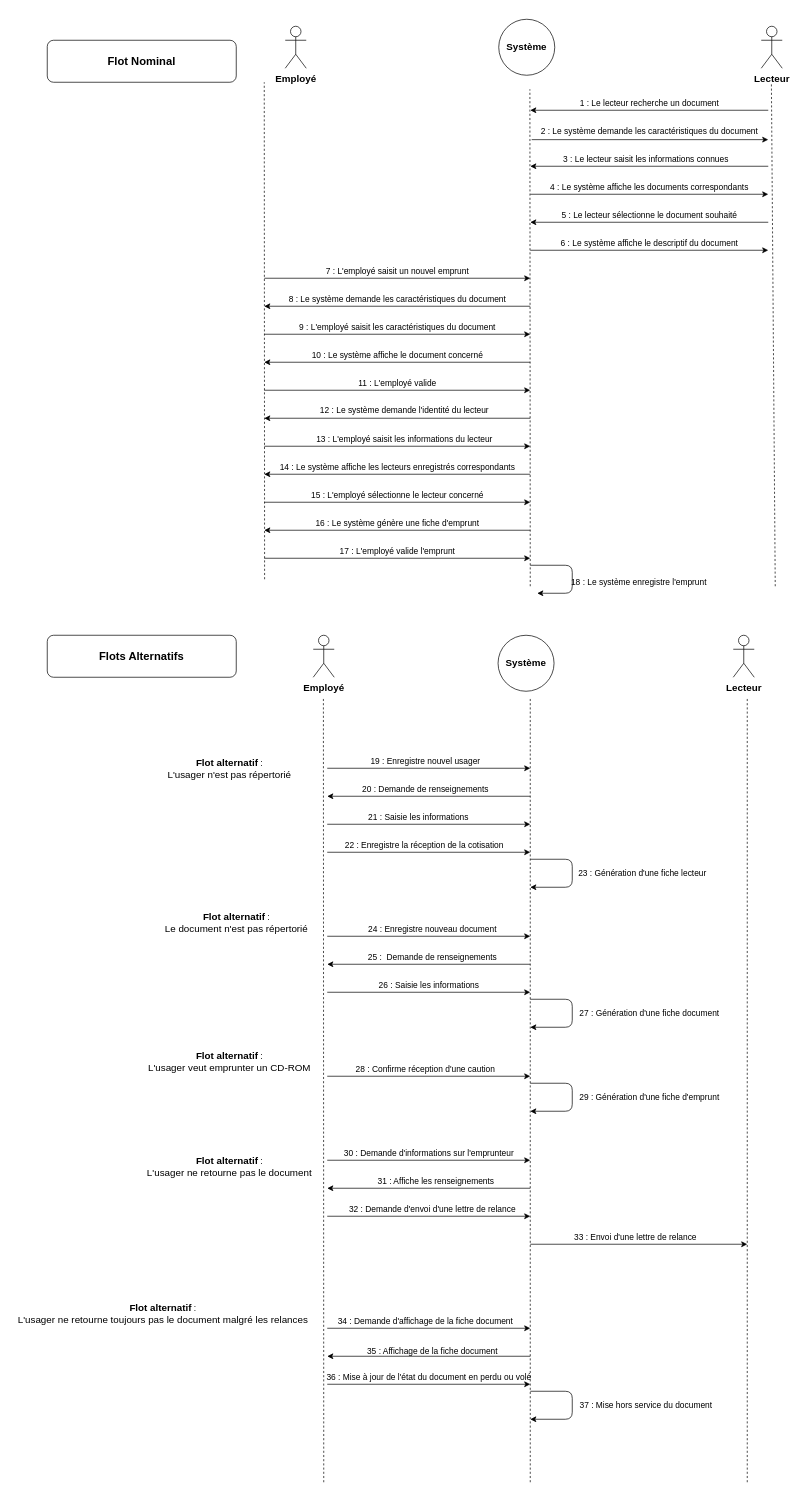
The draw.io diagram Développer des composants d'interface/Maquetter une application/UML Partie 1/Phase 3 - Diagramme de séquence système/diagramme_de_sequence_systeme.drawio in BaltoClem/Travaux_CDA, before the edit. Source tidied: cells renumbered, new cells numbered last; positions are measured from the earlier drawing's top-left corner, leaving out a move shared by most shapes. Both pictures are drawn from the tidied source at 70%, with x=0, y=0 at pixel (12, 19).
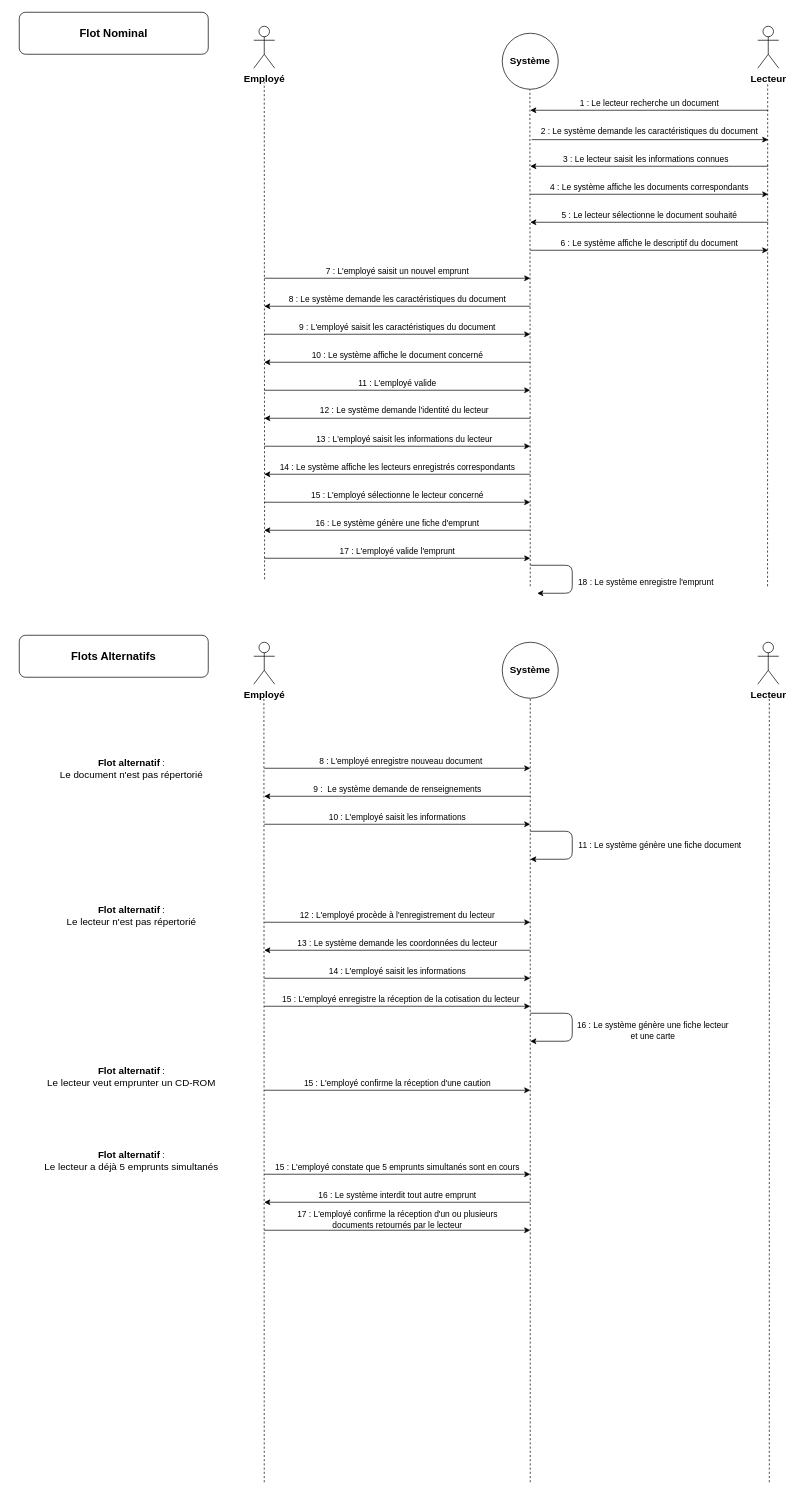
The same page after the edit.

What changed in the source:
```diff
@@
     <mxCell id="4" value="&lt;font style=&quot;font-size: 14px&quot;&gt;&lt;b&gt;Employé&lt;/b&gt;&lt;/font&gt;" style="shape=umlActor;verticalLabelPosition=bottom;verticalAlign=top;html=1;" parent="1" vertex="1">
-      <mxGeometry x="390" y="10" width="30" height="60" as="geometry" />
+      <mxGeometry x="345" y="10" width="30" height="60" as="geometry" />
     </mxCell>
     <mxCell id="5" style="endArrow=none;dashed=1;html=1;" parent="1" edge="1">
       <mxGeometry relative="1" as="geometry">
-        <mxPoint x="1090" y="810" as="sourcePoint" />
-        <mxPoint x="1084.5" y="90" as="targetPoint" />
+        <mxPoint x="1079" y="810" as="sourcePoint" />
+        <mxPoint x="1079.2" y="90" as="targetPoint" />
       </mxGeometry>
     </mxCell>
     <mxCell id="6" value="&lt;font style=&quot;font-size: 14px&quot;&gt;&lt;b&gt;Lecteur&lt;/b&gt;&lt;/font&gt;" style="shape=umlActor;verticalLabelPosition=bottom;verticalAlign=top;html=1;" parent="1" vertex="1">
-      <mxGeometry x="1070" y="10" width="30" height="60" as="geometry" />
+      <mxGeometry x="1065" y="10" width="30" height="60" as="geometry" />
     </mxCell>
@@
     <mxCell id="39" value="18 : Le système enregistre l'emprunt&lt;br&gt;" style="text;html=1;align=center;verticalAlign=middle;" parent="1" vertex="1">
-      <mxGeometry x="790" y="795" width="210" height="20" as="geometry" />
+      <mxGeometry x="800" y="795" width="210" height="20" as="geometry" />
     </mxCell>
     <mxCell id="40" value="&lt;font style=&quot;font-size: 16px&quot;&gt;&lt;b&gt;Flot Nominal&lt;/b&gt;&lt;/font&gt;" style="rounded=1;whiteSpace=wrap;html=1;" parent="1" vertex="1">
-      <mxGeometry x="50" y="30" width="270" height="60" as="geometry" />
+      <mxGeometry x="10" y="-10" width="270" height="60" as="geometry" />
     </mxCell>
@@
-    <mxCell id="43" value="&lt;font style=&quot;font-size: 14px&quot;&gt;&lt;b&gt;Flot alternatif&lt;/b&gt;&lt;/font&gt; :&lt;br&gt;&lt;font style=&quot;font-size: 14px&quot;&gt;L'usager n'est pas répertorié&lt;/font&gt;" style="text;html=1;align=center;verticalAlign=middle;" parent="1" vertex="1">
-      <mxGeometry x="215" y="1050" width="190" height="40" as="geometry" />
+    <mxCell id="43" value="&lt;font style=&quot;font-size: 14px&quot;&gt;&lt;b&gt;Flot alternatif&lt;/b&gt;&lt;/font&gt; :&lt;br&gt;&lt;font style=&quot;font-size: 14px&quot;&gt;Le lecteur n'est pas répertorié&lt;/font&gt;" style="text;html=1;align=center;verticalAlign=middle;" parent="1" vertex="1">
+      <mxGeometry x="70" y="1260" width="200" height="40" as="geometry" />
     </mxCell>
     <mxCell id="44" style="endArrow=classic;html=1;" parent="1" edge="1">
       <mxGeometry relative="1" as="geometry">
-        <mxPoint x="450" y="1070" as="sourcePoint" />
+        <mxPoint x="360" y="1070" as="sourcePoint" />
         <mxPoint x="740" y="1070" as="targetPoint" />
       </mxGeometry>
     </mxCell>
-    <mxCell id="45" value="19 : Enregistre nouvel usager" style="text;html=1;align=center;verticalAlign=middle;" parent="1" vertex="1">
-      <mxGeometry x="505" y="1050" width="170" height="20" as="geometry" />
+    <mxCell id="45" value="12 : L'employé procède à l'enregistrement du lecteur" style="text;html=1;align=center;verticalAlign=middle;" parent="1" vertex="1">
+      <mxGeometry x="405" y="1270" width="290" height="20" as="geometry" />
     </mxCell>
     <mxCell id="46" style="endArrow=classic;html=1;" parent="1" edge="1">
       <mxGeometry relative="1" as="geometry">
         <mxPoint x="740" y="1110" as="sourcePoint" />
-        <mxPoint x="450" y="1110" as="targetPoint" />
+        <mxPoint x="360" y="1110" as="targetPoint" />
       </mxGeometry>
     </mxCell>
-    <mxCell id="47" value="20 : Demande de renseignements" style="text;html=1;align=center;verticalAlign=middle;" parent="1" vertex="1">
-      <mxGeometry x="490" y="1090" width="200" height="20" as="geometry" />
+    <mxCell id="47" value="13 : Le système demande les coordonnées du lecteur" style="text;html=1;align=center;verticalAlign=middle;" parent="1" vertex="1">
+      <mxGeometry x="400" y="1310" width="300" height="20" as="geometry" />
     </mxCell>
     <mxCell id="48" style="endArrow=classic;html=1;" parent="1" edge="1">
       <mxGeometry relative="1" as="geometry">
-        <mxPoint x="450" y="1150" as="sourcePoint" />
+        <mxPoint x="360" y="1150" as="sourcePoint" />
         <mxPoint x="740" y="1150" as="targetPoint" />
       </mxGeometry>
     </mxCell>
-    <mxCell id="49" value="21 : Saisie les informations" style="text;html=1;align=center;verticalAlign=middle;" parent="1" vertex="1">
-      <mxGeometry x="500" y="1130" width="160" height="20" as="geometry" />
+    <mxCell id="49" value="14 : L'employé saisit les informations" style="text;html=1;align=center;verticalAlign=middle;" parent="1" vertex="1">
+      <mxGeometry x="445" y="1350" width="210" height="20" as="geometry" />
     </mxCell>
     <mxCell id="50" style="endArrow=classic;html=1;" parent="1" edge="1">
       <mxGeometry relative="1" as="geometry">
-        <mxPoint x="740" y="1200" as="sourcePoint" />
-        <mxPoint x="740" y="1240" as="targetPoint" />
+        <mxPoint x="740" y="1160" as="sourcePoint" />
+        <mxPoint x="740" y="1200" as="targetPoint" />
         <Array as="points">
+          <mxPoint x="800" y="1160" />
           <mxPoint x="800" y="1200" />
-          <mxPoint x="800" y="1240" />
         </Array>
       </mxGeometry>
     </mxCell>
-    <mxCell id="51" value="23 : Génération d'une fiche lecteur" style="text;html=1;align=center;verticalAlign=middle;" parent="1" vertex="1">
-      <mxGeometry x="800" y="1210" width="200" height="20" as="geometry" />
+    <mxCell id="51" value="11 : Le système génère une fiche document" style="text;html=1;align=center;verticalAlign=middle;" parent="1" vertex="1">
+      <mxGeometry x="800" y="1170" width="250" height="20" as="geometry" />
     </mxCell>
     <mxCell id="52" style="endArrow=classic;html=1;" parent="1" edge="1">
       <mxGeometry relative="1" as="geometry">
-        <mxPoint x="450" y="1190" as="sourcePoint" />
-        <mxPoint x="740" y="1190" as="targetPoint" />
+        <mxPoint x="360" y="1410" as="sourcePoint" />
+        <mxPoint x="740" y="1410" as="targetPoint" />
       </mxGeometry>
     </mxCell>
-    <mxCell id="53" value="22 : Enregistre la réception de la cotisation&amp;nbsp;" style="text;html=1;align=center;verticalAlign=middle;" parent="1" vertex="1">
-      <mxGeometry x="465" y="1170" width="250" height="20" as="geometry" />
+    <mxCell id="53" value="15 : L'employé enregistre la réception de la cotisation du lecteur" style="text;html=1;align=center;verticalAlign=middle;" parent="1" vertex="1">
+      <mxGeometry x="380" y="1390" width="350" height="20" as="geometry" />
     </mxCell>
     <mxCell id="54" value="&lt;font style=&quot;font-size: 14px&quot;&gt;&lt;b&gt;Flot alternatif&lt;/b&gt;&lt;/font&gt; :&lt;br&gt;&lt;font style=&quot;font-size: 14px&quot;&gt;Le document n'est pas répertorié&lt;/font&gt;" style="text;html=1;align=center;verticalAlign=middle;" parent="1" vertex="1">
-      <mxGeometry x="210" y="1270" width="220" height="40" as="geometry" />
+      <mxGeometry x="60" y="1050" width="220" height="40" as="geometry" />
     </mxCell>
     <mxCell id="55" style="endArrow=classic;html=1;" parent="1" edge="1">
       <mxGeometry relative="1" as="geometry">
-        <mxPoint x="450" y="1310" as="sourcePoint" />
-        <mxPoint x="740" y="1310" as="targetPoint" />
+        <mxPoint x="360" y="1290" as="sourcePoint" />
+        <mxPoint x="740" y="1290" as="targetPoint" />
       </mxGeometry>
     </mxCell>
-    <mxCell id="56" value="24 : Enregistre nouveau document" style="text;html=1;align=center;verticalAlign=middle;" parent="1" vertex="1">
-      <mxGeometry x="500" y="1290" width="200" height="20" as="geometry" />
+    <mxCell id="56" value="8 : L'employé enregistre nouveau document" style="text;html=1;align=center;verticalAlign=middle;" parent="1" vertex="1">
+      <mxGeometry x="430" y="1050" width="250" height="20" as="geometry" />
     </mxCell>
     <mxCell id="57" style="endArrow=classic;html=1;" parent="1" edge="1">
       <mxGeometry relative="1" as="geometry">
-        <mxPoint x="740" y="1350" as="sourcePoint" />
-        <mxPoint x="450" y="1350" as="targetPoint" />
+        <mxPoint x="740" y="1330" as="sourcePoint" />
+        <mxPoint x="360" y="1330" as="targetPoint" />
       </mxGeometry>
     </mxCell>
-    <mxCell id="58" value="25 :&amp;nbsp; Demande de renseignements" style="text;html=1;align=center;verticalAlign=middle;" parent="1" vertex="1">
-      <mxGeometry x="500" y="1330" width="200" height="20" as="geometry" />
+    <mxCell id="58" value="9 :&amp;nbsp; Le système demande de renseignements" style="text;html=1;align=center;verticalAlign=middle;" parent="1" vertex="1">
+      <mxGeometry x="420" y="1090" width="260" height="20" as="geometry" />
     </mxCell>
     <mxCell id="59" style="endArrow=classic;html=1;" parent="1" edge="1">
       <mxGeometry relative="1" as="geometry">
-        <mxPoint x="450" y="1390" as="sourcePoint" />
-        <mxPoint x="740" y="1390" as="targetPoint" />
+        <mxPoint x="360" y="1370" as="sourcePoint" />
+        <mxPoint x="740" y="1370" as="targetPoint" />
       </mxGeometry>
     </mxCell>
-    <mxCell id="60" value="26 : Saisie les informations" style="text;html=1;align=center;verticalAlign=middle;" parent="1" vertex="1">
-      <mxGeometry x="515" y="1370" width="160" height="20" as="geometry" />
+    <mxCell id="60" value="10 : L'employé saisit les informations" style="text;html=1;align=center;verticalAlign=middle;" parent="1" vertex="1">
+      <mxGeometry x="445" y="1130" width="210" height="20" as="geometry" />
     </mxCell>
     <mxCell id="61" style="endArrow=classic;html=1;" parent="1" edge="1">
       <mxGeometry relative="1" as="geometry">
-        <mxPoint x="740" y="1400" as="sourcePoint" />
-        <mxPoint x="740" y="1440" as="targetPoint" />
+        <mxPoint x="740" y="1420" as="sourcePoint" />
+        <mxPoint x="740" y="1460" as="targetPoint" />
         <Array as="points">
-          <mxPoint x="800" y="1400" />
-          <mxPoint x="800" y="1440" />
+          <mxPoint x="800" y="1420" />
+          <mxPoint x="800" y="1460" />
         </Array>
       </mxGeometry>
     </mxCell>
-    <mxCell id="62" value="27 : Génération d'une fiche document" style="text;html=1;align=center;verticalAlign=middle;" parent="1" vertex="1">
-      <mxGeometry x="800" y="1410" width="220" height="20" as="geometry" />
+    <mxCell id="62" value="16 : Le système génère une fiche lecteur &lt;br&gt;et une carte" style="text;html=1;align=center;verticalAlign=middle;" parent="1" vertex="1">
+      <mxGeometry x="800" y="1430" width="230" height="30" as="geometry" />
     </mxCell>
-    <mxCell id="63" value="&lt;font style=&quot;font-size: 14px&quot;&gt;&lt;b&gt;Flot alternatif&lt;/b&gt;&lt;/font&gt; :&lt;br&gt;&lt;font style=&quot;font-size: 14px&quot;&gt;L'usager veut emprunter un CD-ROM&lt;/font&gt;" style="text;html=1;align=center;verticalAlign=middle;" parent="1" vertex="1">
-      <mxGeometry x="185" y="1469" width="250" height="40" as="geometry" />
+    <mxCell id="63" value="&lt;font style=&quot;font-size: 14px&quot;&gt;&lt;b&gt;Flot alternatif&lt;/b&gt;&lt;/font&gt; :&lt;br&gt;&lt;font style=&quot;font-size: 14px&quot;&gt;Le lecteur veut emprunter un CD-ROM&lt;/font&gt;" style="text;html=1;align=center;verticalAlign=middle;" parent="1" vertex="1">
+      <mxGeometry x="40" y="1490" width="260" height="40" as="geometry" />
     </mxCell>
     <mxCell id="64" style="endArrow=classic;html=1;" parent="1" edge="1">
       <mxGeometry relative="1" as="geometry">
-        <mxPoint x="450" y="1510" as="sourcePoint" />
-        <mxPoint x="740" y="1510" as="targetPoint" />
+        <mxPoint x="360" y="1530" as="sourcePoint" />
+        <mxPoint x="740" y="1530" as="targetPoint" />
       </mxGeometry>
     </mxCell>
-    <mxCell id="65" value="28 : Confirme réception d'une caution" style="text;html=1;align=center;verticalAlign=middle;" parent="1" vertex="1">
-      <mxGeometry x="485" y="1490" width="210" height="20" as="geometry" />
+    <mxCell id="65" value="15 : L'employé confirme la réception d'une caution" style="text;html=1;align=center;verticalAlign=middle;" parent="1" vertex="1">
+      <mxGeometry x="410" y="1510" width="280" height="20" as="geometry" />
     </mxCell>
-    <mxCell id="66" style="endArrow=classic;html=1;" parent="1" edge="1">
-      <mxGeometry relative="1" as="geometry">
-        <mxPoint x="740" y="1520" as="sourcePoint" />
-        <mxPoint x="740" y="1560" as="targetPoint" />
-        <Array as="points">
-          <mxPoint x="800" y="1520" />
-          <mxPoint x="800" y="1560" />
-        </Array>
-      </mxGeometry>
-    </mxCell>
-    <mxCell id="67" value="29 : Génération d'une fiche d'emprunt" style="text;html=1;align=center;verticalAlign=middle;" parent="1" vertex="1">
-      <mxGeometry x="800" y="1530" width="220" height="20" as="geometry" />
-    </mxCell>
-    <mxCell id="68" value="&lt;font style=&quot;font-size: 14px&quot;&gt;&lt;b&gt;Flot alternatif&lt;/b&gt;&lt;/font&gt; :&lt;br&gt;&lt;font style=&quot;font-size: 14px&quot;&gt;L'usager ne retourne pas le document&lt;/font&gt;" style="text;html=1;align=center;verticalAlign=middle;" parent="1" vertex="1">
-      <mxGeometry x="185" y="1619" width="250" height="40" as="geometry" />
-    </mxCell>
-    <mxCell id="69" style="endArrow=classic;html=1;" parent="1" edge="1">
-      <mxGeometry relative="1" as="geometry">
-        <mxPoint x="450" y="1630" as="sourcePoint" />
-        <mxPoint x="740" y="1630" as="targetPoint" />
-      </mxGeometry>
-    </mxCell>
-    <mxCell id="70" value="30 : Demande d'informations sur l'emprunteur" style="text;html=1;align=center;verticalAlign=middle;" parent="1" vertex="1">
-      <mxGeometry x="465" y="1610" width="260" height="20" as="geometry" />
-    </mxCell>
-    <mxCell id="71" style="endArrow=classic;html=1;" parent="1" edge="1">
-      <mxGeometry relative="1" as="geometry">
-        <mxPoint x="740" y="1670" as="sourcePoint" />
-        <mxPoint x="450" y="1670" as="targetPoint" />
-      </mxGeometry>
-    </mxCell>
-    <mxCell id="72" value="31 : Affiche les renseignements" style="text;html=1;align=center;verticalAlign=middle;" parent="1" vertex="1">
-      <mxGeometry x="515" y="1650" width="180" height="20" as="geometry" />
-    </mxCell>
-    <mxCell id="73" style="endArrow=classic;html=1;" parent="1" edge="1">
-      <mxGeometry relative="1" as="geometry">
-        <mxPoint x="450" y="1710" as="sourcePoint" />
-        <mxPoint x="740" y="1710" as="targetPoint" />
-      </mxGeometry>
-    </mxCell>
-    <mxCell id="74" value="32 : Demande d'envoi d'une lettre de relance" style="text;html=1;align=center;verticalAlign=middle;" parent="1" vertex="1">
-      <mxGeometry x="475" y="1690" width="250" height="20" as="geometry" />
-    </mxCell>
-    <mxCell id="75" style="endArrow=classic;html=1;" parent="1" edge="1">
-      <mxGeometry relative="1" as="geometry">
-        <mxPoint x="740" y="1750" as="sourcePoint" />
-        <mxPoint x="1050" y="1750" as="targetPoint" />
-      </mxGeometry>
-    </mxCell>
-    <mxCell id="76" value="33 : Envoi d'une lettre de relance" style="text;html=1;align=center;verticalAlign=middle;" parent="1" vertex="1">
-      <mxGeometry x="795" y="1730" width="190" height="20" as="geometry" />
-    </mxCell>
-    <mxCell id="77" value="&lt;font style=&quot;font-size: 14px&quot;&gt;&lt;b&gt;Flot alternatif&lt;/b&gt;&lt;/font&gt; :&lt;br&gt;&lt;font style=&quot;font-size: 14px&quot;&gt;L'usager ne retourne toujours pas le document malgré les relances&lt;/font&gt;" style="text;html=1;align=center;verticalAlign=middle;" parent="1" vertex="1">
-      <mxGeometry y="1829" width="430" height="40" as="geometry" />
-    </mxCell>
-    <mxCell id="78" style="endArrow=classic;html=1;" parent="1" edge="1">
-      <mxGeometry relative="1" as="geometry">
-        <mxPoint x="450" y="1870" as="sourcePoint" />
-        <mxPoint x="740" y="1870" as="targetPoint" />
-      </mxGeometry>
-    </mxCell>
-    <mxCell id="79" value="34 : Demande d'affichage de la fiche document" style="text;html=1;align=center;verticalAlign=middle;" parent="1" vertex="1">
-      <mxGeometry x="455" y="1850" width="270" height="20" as="geometry" />
-    </mxCell>
-    <mxCell id="80" style="endArrow=classic;html=1;" parent="1" edge="1">
-      <mxGeometry relative="1" as="geometry">
-        <mxPoint x="740" y="1910" as="sourcePoint" />
-        <mxPoint x="450" y="1910" as="targetPoint" />
-      </mxGeometry>
-    </mxCell>
-    <mxCell id="81" value="35 : Affichage de la fiche document" style="text;html=1;align=center;verticalAlign=middle;" parent="1" vertex="1">
-      <mxGeometry x="500" y="1894" width="200" height="20" as="geometry" />
-    </mxCell>
-    <mxCell id="82" style="endArrow=classic;html=1;" parent="1" edge="1">
-      <mxGeometry relative="1" as="geometry">
-        <mxPoint x="450" y="1950" as="sourcePoint" />
-        <mxPoint x="740" y="1950" as="targetPoint" />
-      </mxGeometry>
-    </mxCell>
-    <mxCell id="83" value="36 : Mise à jour de l'état du document en perdu ou volé" style="text;html=1;align=center;verticalAlign=middle;" parent="1" vertex="1">
-      <mxGeometry x="440" y="1930" width="310" height="20" as="geometry" />
-    </mxCell>
-    <mxCell id="84" style="endArrow=classic;html=1;" parent="1" edge="1">
-      <mxGeometry relative="1" as="geometry">
-        <mxPoint x="740" y="1960" as="sourcePoint" />
-        <mxPoint x="740" y="2000" as="targetPoint" />
-        <Array as="points">
-          <mxPoint x="800" y="1960" />
-          <mxPoint x="800" y="2000" />
-        </Array>
-      </mxGeometry>
-    </mxCell>
-    <mxCell id="85" value="37 : Mise hors service du document" style="text;html=1;align=center;verticalAlign=middle;" parent="1" vertex="1">
-      <mxGeometry x="805" y="1970" width="200" height="20" as="geometry" />
-    </mxCell>
     <mxCell id="86" value="&lt;b&gt;&lt;font style=&quot;font-size: 14px&quot;&gt;Système&lt;/font&gt;&lt;/b&gt;" style="ellipse;whiteSpace=wrap;html=1;" parent="1" vertex="1">
-      <mxGeometry x="695" width="80" height="80" as="geometry" />
+      <mxGeometry x="700" y="20" width="80" height="80" as="geometry" />
     </mxCell>
     <mxCell id="87" value="&lt;font style=&quot;font-size: 14px&quot;&gt;&lt;b&gt;Employé&lt;/b&gt;&lt;/font&gt;" style="shape=umlActor;verticalLabelPosition=bottom;verticalAlign=top;html=1;" parent="1" vertex="1">
-      <mxGeometry x="430" y="880" width="30" height="60" as="geometry" />
+      <mxGeometry x="345" y="890" width="30" height="60" as="geometry" />
     </mxCell>
     <mxCell id="88" value="&lt;b&gt;&lt;font style=&quot;font-size: 14px&quot;&gt;Système&lt;/font&gt;&lt;/b&gt;" style="ellipse;whiteSpace=wrap;html=1;" parent="1" vertex="1">
-      <mxGeometry x="694" y="880" width="80" height="80" as="geometry" />
+      <mxGeometry x="700" y="890" width="80" height="80" as="geometry" />
     </mxCell>
     <mxCell id="89" value="&lt;font style=&quot;font-size: 14px&quot;&gt;&lt;b&gt;Lecteur&lt;/b&gt;&lt;/font&gt;" style="shape=umlActor;verticalLabelPosition=bottom;verticalAlign=top;html=1;" parent="1" vertex="1">
-      <mxGeometry x="1030" y="880" width="30" height="60" as="geometry" />
+      <mxGeometry x="1065" y="890" width="30" height="60" as="geometry" />
     </mxCell>
     <mxCell id="90" style="endArrow=none;dashed=1;html=1;" parent="1" edge="1">
       <mxGeometry relative="1" as="geometry">
-        <mxPoint x="445" y="2090" as="sourcePoint" />
-        <mxPoint x="444.5" y="970" as="targetPoint" />
+        <mxPoint x="360" y="2090" as="sourcePoint" />
+        <mxPoint x="359.5" y="970" as="targetPoint" />
       </mxGeometry>
     </mxCell>
@@
     <mxCell id="92" style="endArrow=none;dashed=1;html=1;" parent="1" edge="1">
       <mxGeometry relative="1" as="geometry">
-        <mxPoint x="1050" y="2090" as="sourcePoint" />
-        <mxPoint x="1050" y="970" as="targetPoint" />
+        <mxPoint x="1081.5" y="2090" as="sourcePoint" />
+        <mxPoint x="1081.5" y="970" as="targetPoint" />
       </mxGeometry>
     </mxCell>
     <mxCell id="93" value="&lt;font style=&quot;font-size: 16px&quot;&gt;&lt;b&gt;Flots Alternatifs&lt;/b&gt;&lt;/font&gt;" style="rounded=1;whiteSpace=wrap;html=1;" parent="1" vertex="1">
-      <mxGeometry x="50" y="880" width="270" height="60" as="geometry" />
+      <mxGeometry x="10" y="880" width="270" height="60" as="geometry" />
     </mxCell>
@@
+    <mxCell id="96" value="&lt;font style=&quot;font-size: 14px&quot;&gt;&lt;b&gt;Flot alternatif&lt;/b&gt;&lt;/font&gt; :&lt;br&gt;&lt;font style=&quot;font-size: 14px&quot;&gt;Le lecteur a déjà 5 emprunts simultanés&lt;/font&gt;" style="text;html=1;align=center;verticalAlign=middle;" parent="1" vertex="1">
+      <mxGeometry x="40" y="1610" width="260" height="40" as="geometry" />
+    </mxCell>
+    <mxCell id="97" style="endArrow=classic;html=1;" parent="1" edge="1">
+      <mxGeometry relative="1" as="geometry">
+        <mxPoint x="360" y="1650" as="sourcePoint" />
+        <mxPoint x="740" y="1650" as="targetPoint" />
+      </mxGeometry>
+    </mxCell>
+    <mxCell id="98" value="15 : L'employé constate que 5 emprunts simultanés sont en cours" style="text;html=1;align=center;verticalAlign=middle;" parent="1" vertex="1">
+      <mxGeometry x="370" y="1630" width="360" height="20" as="geometry" />
+    </mxCell>
+    <mxCell id="99" style="endArrow=classic;html=1;" parent="1" edge="1">
+      <mxGeometry relative="1" as="geometry">
+        <mxPoint x="740" y="1690" as="sourcePoint" />
+        <mxPoint x="360" y="1690" as="targetPoint" />
+      </mxGeometry>
+    </mxCell>
+    <mxCell id="100" value="16 : Le système interdit tout autre emprunt" style="text;html=1;align=center;verticalAlign=middle;" parent="1" vertex="1">
+      <mxGeometry x="430" y="1670" width="240" height="20" as="geometry" />
+    </mxCell>
+    <mxCell id="101" style="endArrow=classic;html=1;" parent="1" edge="1">
+      <mxGeometry relative="1" as="geometry">
+        <mxPoint x="360" y="1730" as="sourcePoint" />
+        <mxPoint x="740" y="1730" as="targetPoint" />
+      </mxGeometry>
+    </mxCell>
+    <mxCell id="102" value="17 : L'employé confirme la réception d'un ou plusieurs &lt;br&gt;documents retournés par le lecteur" style="text;html=1;align=center;verticalAlign=middle;" parent="1" vertex="1">
+      <mxGeometry x="400" y="1700" width="300" height="30" as="geometry" />
+    </mxCell>
```
